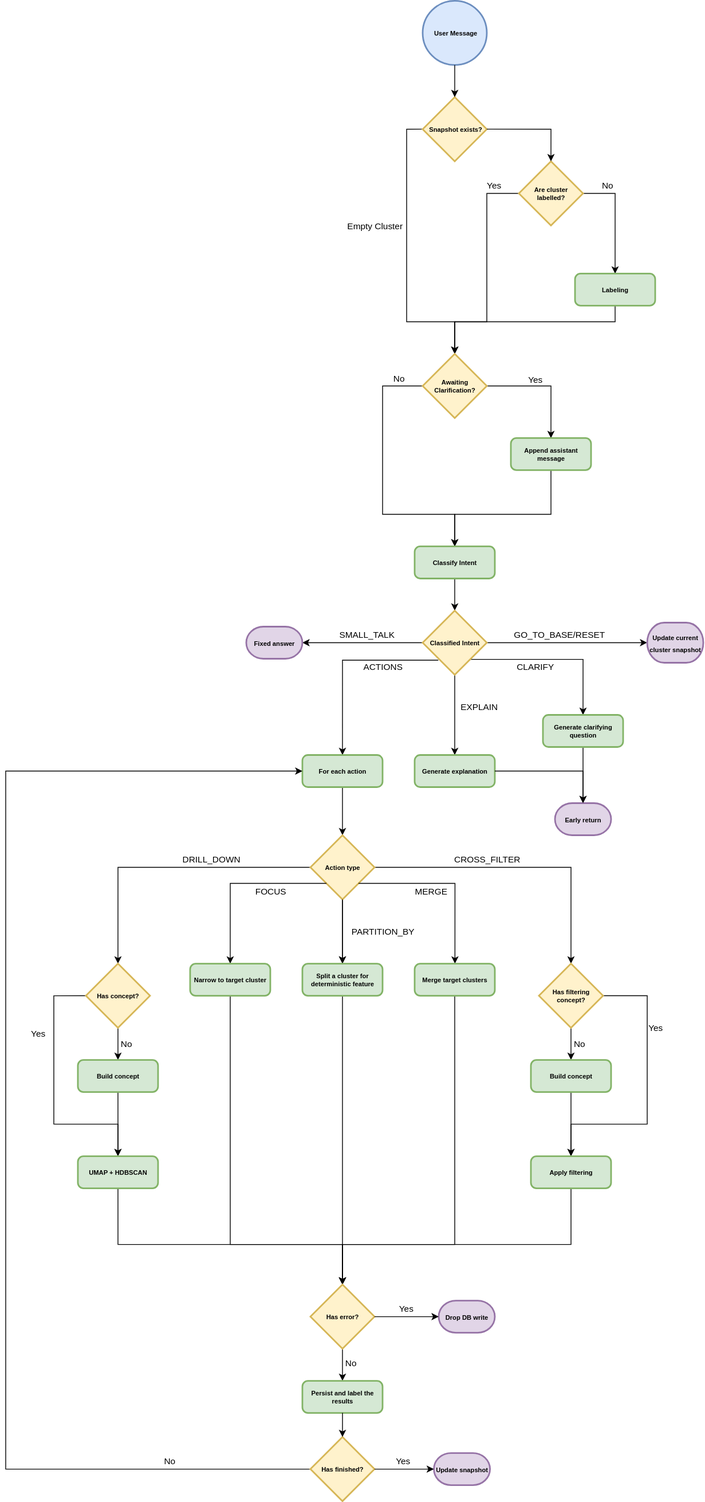
This is docs/media/flowchart.svg from ai-design-2026-projects/cantucci, a draw.io export, as it was before one commit. Source tidied: cells renumbered, new cells last; positions are measured from the earlier drawing's top-left corner, leaving out a move shared by most shapes.
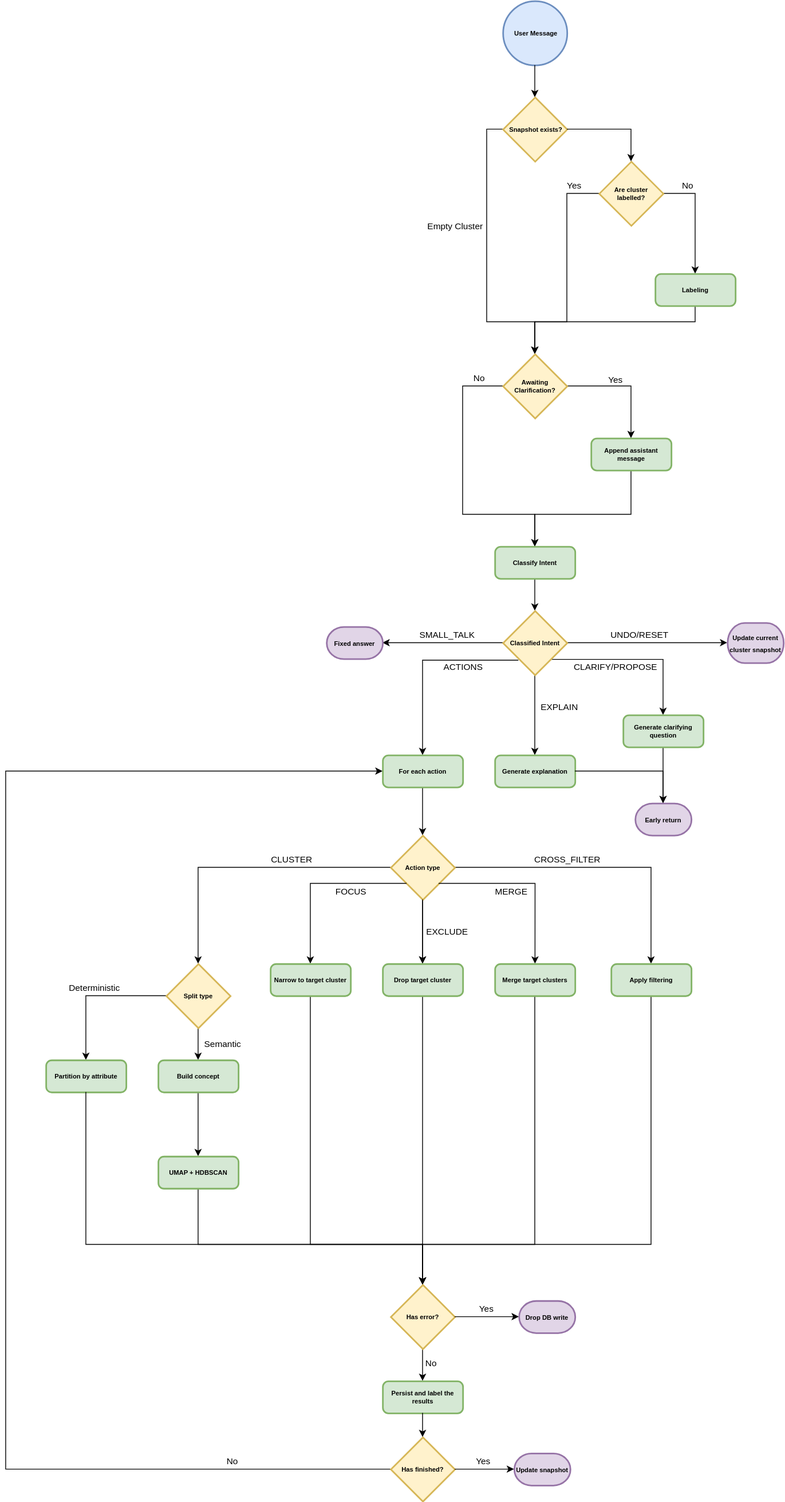
The same diagram one commit later.

Diff of the diagram source:
```diff
@@ -142,10 +142,10 @@
     <mxCell id="32" value="&lt;span style=&quot;font-size: 8px;&quot;&gt;&lt;b&gt;Update current cluster snapshot&lt;/b&gt;&lt;/span&gt;" style="strokeWidth=2;html=1;shape=mxgraph.flowchart.terminator;whiteSpace=wrap;fillColor=#e1d5e7;strokeColor=#9673a6;" parent="1" vertex="1">
       <mxGeometry x="800" y="775" width="70" height="50" as="geometry" />
     </mxCell>
-    <mxCell id="33" value="GO_TO_BASE/RESET" style="edgeLabel;html=1;align=center;verticalAlign=middle;labelBackgroundColor=none;" parent="1" vertex="1">
+    <mxCell id="33" value="UNDO/RESET" style="edgeLabel;html=1;align=center;verticalAlign=middle;labelBackgroundColor=none;" parent="1" vertex="1">
       <mxGeometry x="690" y="790" as="geometry" />
     </mxCell>
-    <mxCell id="34" value="CLARIFY" style="edgeLabel;html=1;align=center;verticalAlign=middle;labelBackgroundColor=none;" parent="1" vertex="1">
+    <mxCell id="34" value="CLARIFY/PROPOSE" style="edgeLabel;html=1;align=center;verticalAlign=middle;labelBackgroundColor=none;" parent="1" vertex="1">
       <mxGeometry x="660" y="830" as="geometry" />
     </mxCell>
     <mxCell id="35" style="edgeStyle=orthogonalEdgeStyle;rounded=0;jettySize=auto;html=1;" parent="1" edge="1" source="36" target="37">
@@ -171,7 +171,7 @@
         <mxPoint x="140" y="1200" as="targetPoint" />
       </mxGeometry>
     </mxCell>
-    <mxCell id="42" value="DRILL_DOWN" style="edgeLabel;html=1;align=center;verticalAlign=middle;labelBackgroundColor=none;" parent="41" vertex="1">
+    <mxCell id="42" value="CLUSTER" style="edgeLabel;html=1;align=center;verticalAlign=middle;labelBackgroundColor=none;" parent="41" vertex="1">
       <mxGeometry x="-0.31" y="-3" relative="1" as="geometry">
         <mxPoint y="-7" as="offset" />
       </mxGeometry>
@@ -181,8 +181,10 @@
         <mxPoint x="420" y="1200" as="targetPoint" />
       </mxGeometry>
     </mxCell>
-    <mxCell id="44" style="edgeStyle=orthogonalEdgeStyle;rounded=0;jettySize=auto;html=1;entryX=0.5;entryY=0;entryDx=0;entryDy=0;entryPerimeter=0;" parent="1" edge="1" source="45" target="73">
-      <mxGeometry relative="1" as="geometry" />
+    <mxCell id="44" style="edgeStyle=orthogonalEdgeStyle;rounded=0;jettySize=auto;html=1;entryX=0.5;entryY=0;entryDx=0;entryDy=0;entryPerimeter=0;" parent="1" edge="1" source="45">
+      <mxGeometry relative="1" as="geometry">
+        <mxPoint x="705" y="1200" as="targetPoint" />
+      </mxGeometry>
     </mxCell>
     <mxCell id="45" value="&lt;b&gt;Action type&lt;/b&gt;" style="strokeWidth=2;html=1;shape=mxgraph.flowchart.decision;whiteSpace=wrap;fillColor=#fff2cc;strokeColor=#d6b656;fontSize=8;" parent="1" vertex="1">
       <mxGeometry x="380" y="1040" width="80" height="80" as="geometry" />
@@ -216,8 +218,8 @@
         <mxPoint x="-10" as="offset" />
       </mxGeometry>
     </mxCell>
-    <mxCell id="52" value="PARTITION_BY" style="edgeLabel;html=1;align=center;verticalAlign=middle;labelBackgroundColor=none;" parent="1" vertex="1">
-      <mxGeometry x="480" y="1160" as="geometry">
+    <mxCell id="52" value="EXCLUDE" style="edgeLabel;html=1;align=center;verticalAlign=middle;labelBackgroundColor=none;" parent="1" vertex="1">
+      <mxGeometry x="460" y="1160" as="geometry">
         <mxPoint x="-10" as="offset" />
       </mxGeometry>
     </mxCell>
@@ -230,31 +232,25 @@
     <mxCell id="55" style="edgeStyle=orthogonalEdgeStyle;rounded=0;jettySize=auto;html=1;entryX=0.5;entryY=0;entryDx=0;entryDy=0;entryPerimeter=0;" parent="1" edge="1" source="54" target="37">
       <mxGeometry relative="1" as="geometry" />
     </mxCell>
-    <mxCell id="56" style="edgeStyle=orthogonalEdgeStyle;rounded=0;jettySize=auto;html=1;entryX=0.5;entryY=0;entryDx=0;entryDy=0;exitX=0;exitY=0.5;exitDx=0;exitDy=0;exitPerimeter=0;" parent="1" edge="1" source="60" target="64">
-      <mxGeometry relative="1" as="geometry">
-        <Array as="points">
-          <mxPoint x="60" y="1240" />
-          <mxPoint x="60" y="1400" />
-          <mxPoint x="140" y="1400" />
-        </Array>
-      </mxGeometry>
-    </mxCell>
-    <mxCell id="57" value="Yes" style="edgeLabel;html=1;align=center;verticalAlign=middle;labelBackgroundColor=none;" parent="56" vertex="1">
-      <mxGeometry x="-0.4" y="-1" relative="1" as="geometry">
-        <mxPoint x="-19" y="-9" as="offset" />
-      </mxGeometry>
-    </mxCell>
     <mxCell id="58" style="edgeStyle=orthogonalEdgeStyle;rounded=0;jettySize=auto;html=1;" parent="1" edge="1" source="60">
       <mxGeometry relative="1" as="geometry">
         <mxPoint x="140" y="1320" as="targetPoint" />
       </mxGeometry>
     </mxCell>
-    <mxCell id="59" value="No" style="edgeLabel;html=1;align=center;verticalAlign=middle;labelBackgroundColor=none;" parent="58" vertex="1">
+    <mxCell id="59" value="Semantic" style="edgeLabel;html=1;align=center;verticalAlign=middle;labelBackgroundColor=none;" parent="58" vertex="1">
       <mxGeometry x="-0.01" y="2" relative="1" as="geometry">
-        <mxPoint x="8" as="offset" />
+        <mxPoint x="28" as="offset" />
       </mxGeometry>
     </mxCell>
+    <mxCell id="94" style="edgeStyle=orthogonalEdgeStyle;rounded=0;jettySize=auto;html=1;" parent="1" edge="1" source="60" target="96">
+      <mxGeometry relative="1" as="geometry" />
+    </mxCell>
+    <mxCell id="95" value="Deterministic" style="edgeLabel;html=1;align=center;verticalAlign=middle;labelBackgroundColor=none;" parent="94" vertex="1">
+      <mxGeometry x="-0.3" y="1" relative="1" as="geometry">
+        <mxPoint x="-28" y="-11" as="offset" />
+      </mxGeometry>
+    </mxCell>
-    <mxCell id="60" value="&lt;b&gt;Has concept?&lt;/b&gt;" style="strokeWidth=2;html=1;shape=mxgraph.flowchart.decision;whiteSpace=wrap;fillColor=#fff2cc;strokeColor=#d6b656;fontSize=8;" parent="1" vertex="1">
+    <mxCell id="60" value="&lt;b&gt;Split type&lt;/b&gt;" style="strokeWidth=2;html=1;shape=mxgraph.flowchart.decision;whiteSpace=wrap;fillColor=#fff2cc;strokeColor=#d6b656;fontSize=8;" parent="1" vertex="1">
       <mxGeometry x="100" y="1200" width="80" height="80" as="geometry" />
     </mxCell>
     <mxCell id="61" style="edgeStyle=orthogonalEdgeStyle;rounded=0;jettySize=auto;html=1;" parent="1" edge="1" source="62" target="64">
@@ -296,39 +292,6 @@
     <mxCell id="68" value="Merge target clusters" style="rounded=1;whiteSpace=wrap;html=1;absoluteArcSize=1;arcSize=14;strokeWidth=2;fillColor=#d5e8d4;strokeColor=#82b366;fontSize=8;fontStyle=1;" parent="1" vertex="1">
       <mxGeometry x="510" y="1200" width="100" height="40" as="geometry" />
     </mxCell>
-    <mxCell id="69" style="edgeStyle=orthogonalEdgeStyle;rounded=0;jettySize=auto;html=1;entryX=0.5;entryY=0;entryDx=0;entryDy=0;exitX=1;exitY=0.5;exitDx=0;exitDy=0;exitPerimeter=0;" parent="1" edge="1" source="73" target="77">
-      <mxGeometry relative="1" as="geometry">
-        <Array as="points">
-          <mxPoint x="800" y="1240" />
-          <mxPoint x="800" y="1400" />
-          <mxPoint x="705" y="1400" />
-        </Array>
-      </mxGeometry>
-    </mxCell>
-    <mxCell id="70" value="Yes" style="edgeLabel;html=1;align=center;verticalAlign=middle;labelBackgroundColor=none;" parent="69" vertex="1">
-      <mxGeometry x="-0.4" y="-1" relative="1" as="geometry">
-        <mxPoint x="11" y="-10" as="offset" />
-      </mxGeometry>
-    </mxCell>
-    <mxCell id="71" style="edgeStyle=orthogonalEdgeStyle;rounded=0;jettySize=auto;html=1;" parent="1" edge="1" source="73">
-      <mxGeometry relative="1" as="geometry">
-        <mxPoint x="705" y="1320" as="targetPoint" />
-      </mxGeometry>
-    </mxCell>
-    <mxCell id="72" value="No" style="edgeLabel;html=1;align=center;verticalAlign=middle;labelBackgroundColor=none;" parent="71" vertex="1">
-      <mxGeometry x="-0.01" y="2" relative="1" as="geometry">
-        <mxPoint x="8" as="offset" />
-      </mxGeometry>
-    </mxCell>
-    <mxCell id="73" value="&lt;b&gt;Has filtering concept?&lt;/b&gt;" style="strokeWidth=2;html=1;shape=mxgraph.flowchart.decision;whiteSpace=wrap;fillColor=#fff2cc;strokeColor=#d6b656;fontSize=8;" parent="1" vertex="1">
-      <mxGeometry x="665" y="1200" width="80" height="80" as="geometry" />
-    </mxCell>
-    <mxCell id="74" style="edgeStyle=orthogonalEdgeStyle;rounded=0;jettySize=auto;html=1;" parent="1" edge="1" source="75" target="77">
-      <mxGeometry relative="1" as="geometry" />
-    </mxCell>
-    <mxCell id="75" value="Build concept" style="rounded=1;whiteSpace=wrap;html=1;absoluteArcSize=1;arcSize=14;strokeWidth=2;fillColor=#d5e8d4;strokeColor=#82b366;fontSize=8;fontStyle=1;" parent="1" vertex="1">
-      <mxGeometry x="655" y="1320" width="100" height="40" as="geometry" />
-    </mxCell>
     <mxCell id="76" style="edgeStyle=orthogonalEdgeStyle;rounded=0;jettySize=auto;html=1;entryX=0.5;entryY=0;entryDx=0;entryDy=0;entryPerimeter=0;" parent="1" edge="1" source="77" target="82">
       <mxGeometry relative="1" as="geometry">
         <Array as="points">
@@ -338,12 +301,12 @@
       </mxGeometry>
     </mxCell>
     <mxCell id="77" value="Apply filtering" style="rounded=1;whiteSpace=wrap;html=1;absoluteArcSize=1;arcSize=14;strokeWidth=2;fillColor=#d5e8d4;strokeColor=#82b366;fontSize=8;fontStyle=1;" parent="1" vertex="1">
-      <mxGeometry x="655" y="1440" width="100" height="40" as="geometry" />
+      <mxGeometry x="655" y="1200" width="100" height="40" as="geometry" />
     </mxCell>
     <mxCell id="78" style="edgeStyle=orthogonalEdgeStyle;rounded=0;jettySize=auto;html=1;entryX=0.5;entryY=0;entryDx=0;entryDy=0;entryPerimeter=0;" parent="1" edge="1" source="79" target="82">
       <mxGeometry relative="1" as="geometry" />
     </mxCell>
-    <mxCell id="79" value="Split a cluster for deterministic feature" style="rounded=1;whiteSpace=wrap;html=1;absoluteArcSize=1;arcSize=14;strokeWidth=2;fillColor=#d5e8d4;strokeColor=#82b366;fontSize=8;fontStyle=1;" parent="1" vertex="1">
+    <mxCell id="79" value="Drop target cluster" style="rounded=1;whiteSpace=wrap;html=1;absoluteArcSize=1;arcSize=14;strokeWidth=2;fillColor=#d5e8d4;strokeColor=#82b366;fontSize=8;fontStyle=1;" parent="1" vertex="1">
       <mxGeometry x="370" y="1200" width="100" height="40" as="geometry" />
     </mxCell>
     <mxCell id="80" style="edgeStyle=orthogonalEdgeStyle;rounded=0;jettySize=auto;html=1;entryX=0.5;entryY=0;entryDx=0;entryDy=0;" parent="1" edge="1" source="82" target="88">
@@ -371,8 +334,8 @@
     <mxCell id="86" style="edgeStyle=orthogonalEdgeStyle;rounded=0;jettySize=auto;html=1;entryX=0;entryY=0.5;entryDx=0;entryDy=0;exitX=0;exitY=0.5;exitDx=0;exitDy=0;exitPerimeter=0;" parent="1" edge="1" source="89" target="40">
       <mxGeometry relative="1" as="geometry">
         <Array as="points">
-          <mxPoint y="1830" />
-          <mxPoint y="960" />
+          <mxPoint x="-100" y="1830" />
+          <mxPoint x="-100" y="960" />
         </Array>
       </mxGeometry>
     </mxCell>
@@ -401,5 +364,16 @@
         <mxPoint x="-5" y="170" as="offset" />
       </mxGeometry>
     </mxCell>
+    <mxCell id="96" value="Partition by attribute" style="rounded=1;whiteSpace=wrap;html=1;absoluteArcSize=1;arcSize=14;strokeWidth=2;fillColor=#d5e8d4;strokeColor=#82b366;fontSize=8;fontStyle=1;" parent="1" vertex="1">
+      <mxGeometry x="-50" y="1320" width="100" height="40" as="geometry" />
+    </mxCell>
+    <mxCell id="97" style="edgeStyle=orthogonalEdgeStyle;rounded=0;jettySize=auto;html=1;entryX=0.5;entryY=0;entryDx=0;entryDy=0;entryPerimeter=0;exitX=0.5;exitY=1;exitDx=0;exitDy=0;" parent="1" edge="1" source="96" target="82">
+      <mxGeometry relative="1" as="geometry">
+        <Array as="points">
+          <mxPoint y="1550" />
+          <mxPoint x="420" y="1550" />
+        </Array>
+      </mxGeometry>
+    </mxCell>
   </root>
 </mxGraphModel>
```
